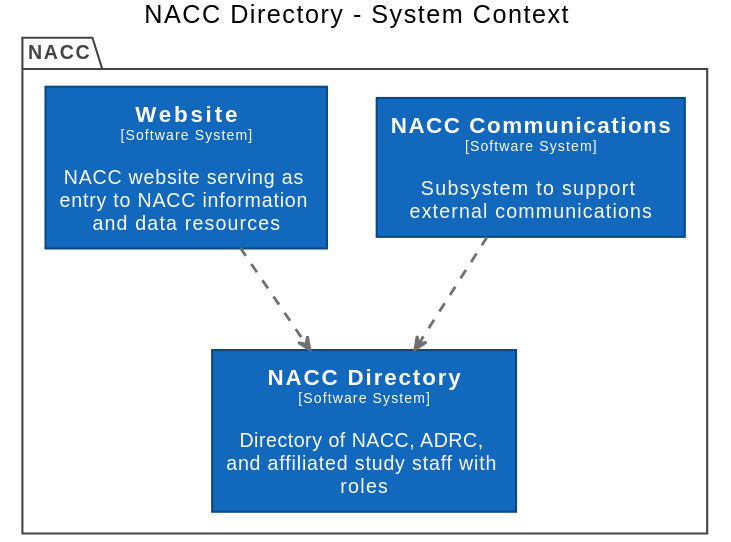
The PlantUML diagram docs/images/structurizr-DirectoryContext.svg in naccdata/system-design, before a commit.
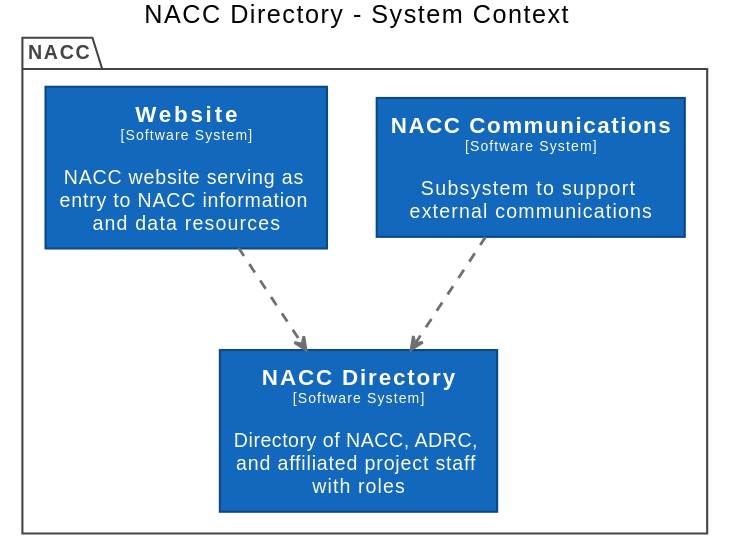
The same diagram one commit later.

Change to the diagram source:
```diff
@@ -33,7 +33,7 @@
   skinparam PackageBorderColor<<enterprise>> #444444
   skinparam PackageFontColor<<enterprise>> #444444
 
-  rectangle "==NACC Directory\n<size:10>[Software System]</size>\n\nDirectory of NACC, ADRC, and affiliated study staff with roles" <<NACCDirectory>> as NACCDirectory
+  rectangle "==NACC Directory\n<size:10>[Software System]</size>\n\nDirectory of NACC, ADRC, and affiliated project staff with roles" <<NACCDirectory>> as NACCDirectory
   rectangle "==NACC Communications\n<size:10>[Software System]</size>\n\nSubsystem to support external communications" <<NACCCommunications>> as NACCCommunications
   rectangle "==Website\n<size:10>[Software System]</size>\n\nNACC website serving as entry to NACC information and data resources" <<Website>> as Website
 }
```
